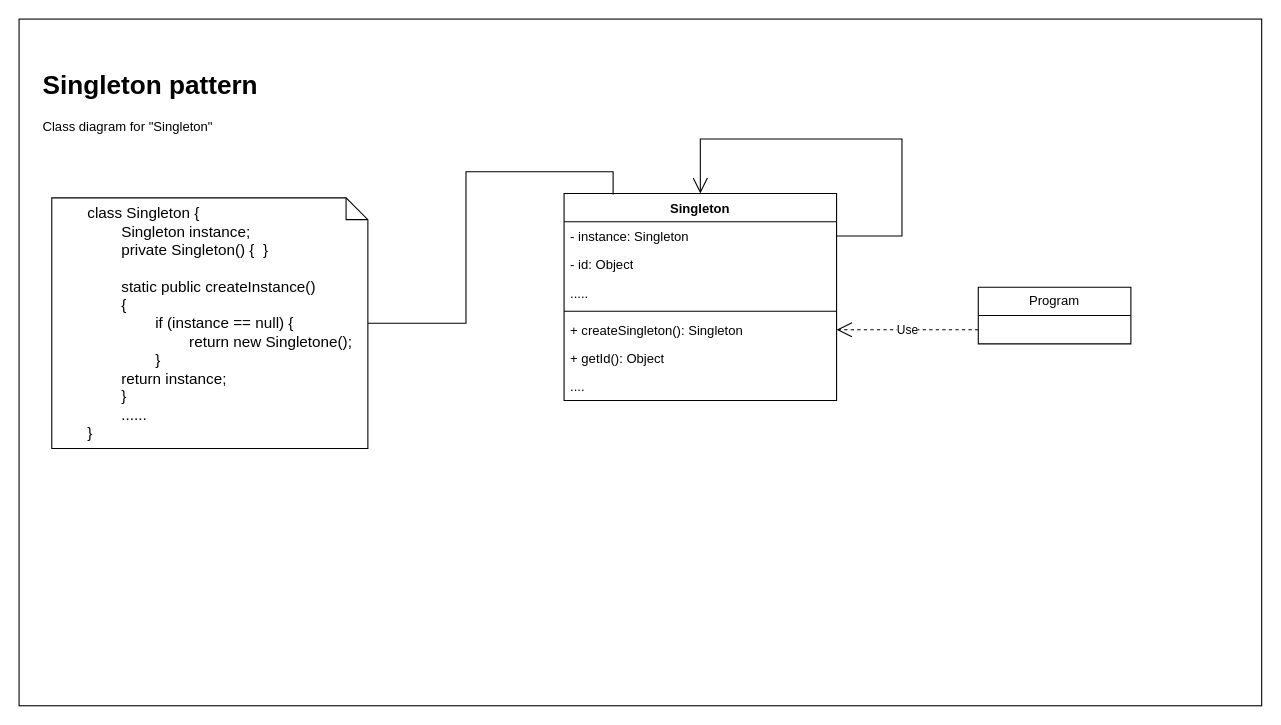
Above: Homework02/schemes/Singleton_diagram.drawio in BeliaevAndrey/GB_Architecture_Homeworks (draw.io), before the change. Source tidied: cells renumbered, new cells numbered last; positions are measured from the earlier drawing's top-left corner, leaving out a move shared by most shapes. Both pictures are drawn from the tidied source at 109%, with x=0, y=0 at pixel (19, 19).
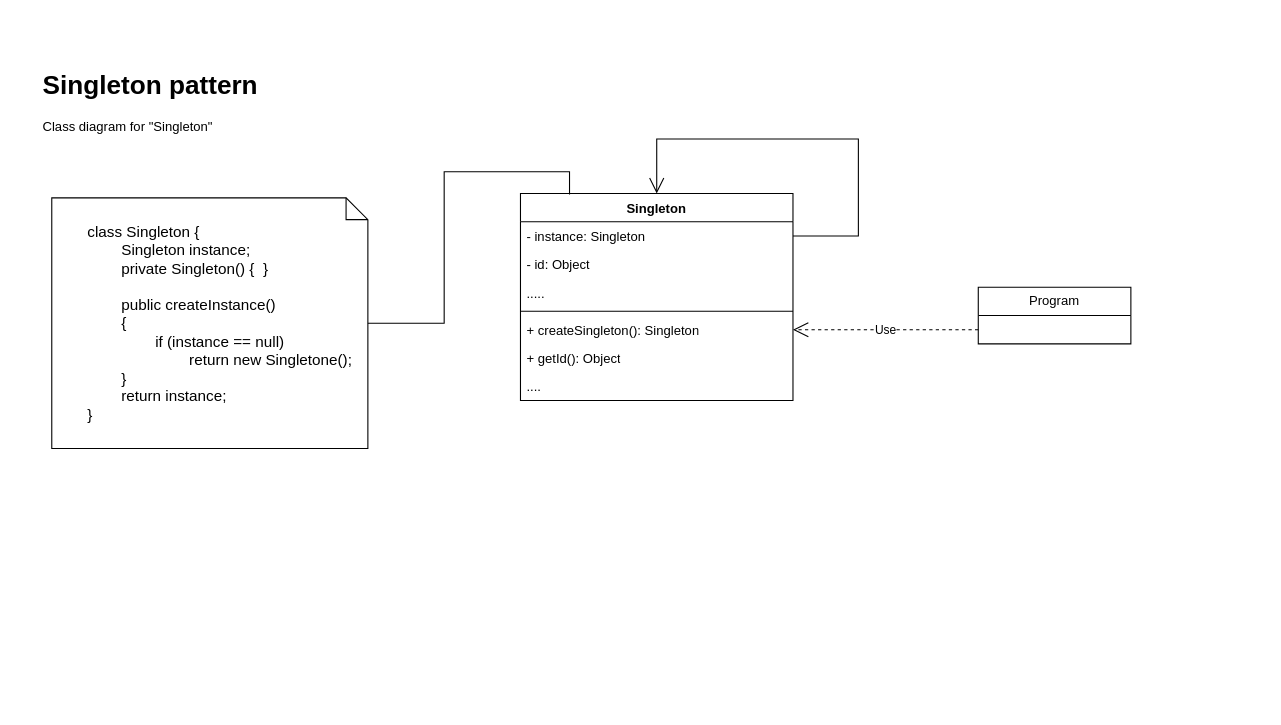
After the change.

What changed in the source:
```diff
@@
 <mxGraphModel>
   <root>
     <mxCell id="0" />
     <mxCell id="1" parent="0" />
-    <mxCell id="2" style="rounded=0;whiteSpace=wrap;html=1;" parent="1" vertex="1">
-      <mxGeometry width="1140" height="630" as="geometry" />
-    </mxCell>
     <mxCell id="3" value="&lt;h1 style=&quot;margin-top: 0px;&quot;&gt;Singleton pattern&lt;/h1&gt;&lt;div&gt;Class diagram for&amp;nbsp;&lt;span style=&quot;background-color: initial;&quot;&gt;&quot;Singleton&quot;&lt;/span&gt;&lt;/div&gt;" style="text;html=1;whiteSpace=wrap;overflow=hidden;rounded=0;" parent="1" vertex="1">
       <mxGeometry x="20" y="40" width="240" height="70" as="geometry" />
     </mxCell>
     <mxCell id="4" value="Singleton" style="swimlane;fontStyle=1;align=center;verticalAlign=top;horizontal=1;startSize=26;whiteSpace=wrap;html=1;" parent="1" vertex="1">
-      <mxGeometry x="500" y="160" width="250" height="190" as="geometry" />
+      <mxGeometry x="460" y="160" width="250" height="190" as="geometry" />
     </mxCell>
     <mxCell id="5" value="- instance: Singleton" style="text;strokeColor=none;fillColor=none;align=left;verticalAlign=top;spacingLeft=4;spacingRight=4;overflow=hidden;points=[[0,0.5],[1,0.5]];portConstraint=eastwest;whiteSpace=wrap;html=1;" parent="4" vertex="1">
       <mxGeometry y="26" width="250" height="26" as="geometry" />
     </mxCell>
     <mxCell id="6" value="- id: Object" style="text;strokeColor=none;fillColor=none;align=left;verticalAlign=top;spacingLeft=4;spacingRight=4;overflow=hidden;whiteSpace=wrap;html=1;" parent="4" vertex="1">
       <mxGeometry y="52" width="250" height="26" as="geometry" />
     </mxCell>
     <mxCell id="7" value="....." style="text;strokeColor=none;fillColor=none;align=left;verticalAlign=top;spacingLeft=4;spacingRight=4;overflow=hidden;whiteSpace=wrap;html=1;" parent="4" vertex="1">
       <mxGeometry y="78" width="250" height="26" as="geometry" />
     </mxCell>
     <mxCell id="8" style="line;strokeWidth=1;fillColor=none;align=left;verticalAlign=middle;spacingTop=-1;spacingLeft=3;spacingRight=3;labelPosition=right;strokeColor=inherit;" parent="4" vertex="1">
       <mxGeometry y="104" width="250" height="8" as="geometry" />
     </mxCell>
     <mxCell id="9" value="+ createSingleton(): Singleton" style="text;strokeColor=none;fillColor=none;align=left;verticalAlign=top;spacingLeft=4;spacingRight=4;overflow=hidden;points=[[0,0.5],[1,0.5]];portConstraint=eastwest;whiteSpace=wrap;html=1;" parent="4" vertex="1">
       <mxGeometry y="112" width="250" height="26" as="geometry" />
     </mxCell>
     <mxCell id="10" value="+ getId(): Object" style="text;strokeColor=none;fillColor=none;align=left;verticalAlign=top;spacingLeft=4;spacingRight=4;overflow=hidden;whiteSpace=wrap;html=1;" parent="4" vertex="1">
       <mxGeometry y="138" width="250" height="26" as="geometry" />
     </mxCell>
     <mxCell id="11" style="endArrow=open;endFill=1;endSize=12;html=1;rounded=0;exitX=1;exitY=0.5;exitDx=0;exitDy=0;entryX=0.5;entryY=0;entryDx=0;entryDy=0;" parent="4" edge="1" source="5" target="4">
       <mxGeometry relative="1" as="geometry">
         <Array as="points">
           <mxPoint x="310" y="39" />
           <mxPoint x="310" y="-50" />
           <mxPoint x="125" y="-50" />
         </Array>
       </mxGeometry>
     </mxCell>
     <mxCell id="12" value="...." style="text;strokeColor=none;fillColor=none;align=left;verticalAlign=top;spacingLeft=4;spacingRight=4;overflow=hidden;whiteSpace=wrap;html=1;" parent="4" vertex="1">
       <mxGeometry y="164" width="250" height="26" as="geometry" />
     </mxCell>
     <mxCell id="13" value="Program" style="swimlane;fontStyle=0;horizontal=1;startSize=26;fillColor=none;whiteSpace=wrap;html=1;" parent="1" vertex="1">
       <mxGeometry x="880" y="246" width="140" height="52" as="geometry" />
     </mxCell>
     <mxCell id="14" value="Use" style="endArrow=open;endSize=12;dashed=1;html=1;rounded=0;exitX=0;exitY=0.75;exitDx=0;exitDy=0;entryX=1;entryY=0.5;entryDx=0;entryDy=0;" parent="1" edge="1" source="13" target="9">
       <mxGeometry relative="1" as="geometry" />
     </mxCell>
-    <mxCell id="15" value="&lt;font style=&quot;font-size: 14px;&quot;&gt;&lt;span style=&quot;white-space: pre;&quot;&gt;&#9;&lt;/span&gt;class Singleton {&lt;/font&gt;&lt;div&gt;&lt;span style=&quot;font-size: 14px;&quot;&gt;&lt;span style=&quot;white-space: pre;&quot;&gt;&#9;&lt;/span&gt;&lt;span style=&quot;white-space: pre;&quot;&gt;&#9;&lt;/span&gt;Singleton instance;&lt;/span&gt;&lt;/div&gt;&lt;div&gt;&lt;span style=&quot;font-size: 14px;&quot;&gt;&lt;span style=&quot;white-space: pre;&quot;&gt;&#9;&lt;/span&gt;&lt;span style=&quot;white-space: pre;&quot;&gt;&#9;&lt;/span&gt;private Singleton() {&amp;nbsp; }&lt;/span&gt;&lt;/div&gt;&lt;div&gt;&lt;span style=&quot;font-size: 14px;&quot;&gt;&lt;span style=&quot;white-space: pre;&quot;&gt;&#9;&lt;/span&gt;&lt;span style=&quot;white-space: pre;&quot;&gt;&#9;&lt;/span&gt;&lt;br&gt;&lt;/span&gt;&lt;/div&gt;&lt;div&gt;&lt;div style=&quot;font-size: 14px;&quot;&gt;&lt;span style=&quot;white-space: pre;&quot;&gt;&#9;&lt;/span&gt;&lt;span style=&quot;white-space: pre;&quot;&gt;&#9;&lt;/span&gt;static public createInstance()&lt;br&gt;&lt;/div&gt;&lt;div style=&quot;font-size: 14px;&quot;&gt;&lt;span style=&quot;white-space: pre;&quot;&gt;&#9;&lt;/span&gt;&lt;span style=&quot;white-space: pre;&quot;&gt;&#9;&lt;/span&gt;{&lt;/div&gt;&lt;div style=&quot;font-size: 14px;&quot;&gt;&lt;span style=&quot;white-space: pre;&quot;&gt;&#9;&lt;/span&gt;&lt;span style=&quot;white-space: pre;&quot;&gt;&#9;&lt;/span&gt;&lt;span style=&quot;white-space: pre;&quot;&gt;&#9;&lt;/span&gt;if (instance == null) {&amp;nbsp;&lt;/div&gt;&lt;div style=&quot;font-size: 14px;&quot;&gt;&lt;span style=&quot;white-space: pre;&quot;&gt;&#9;&lt;/span&gt;&lt;span style=&quot;white-space: pre;&quot;&gt;&#9;&lt;/span&gt;&lt;span style=&quot;white-space: pre;&quot;&gt;&#9;&lt;/span&gt;&lt;span style=&quot;white-space: pre;&quot;&gt;&#9;&lt;/span&gt;return new Singletone();&lt;br&gt;&lt;/div&gt;&lt;div style=&quot;font-size: 14px;&quot;&gt;&lt;span style=&quot;white-space: pre;&quot;&gt;&#9;&lt;/span&gt;&lt;span style=&quot;white-space: pre;&quot;&gt;&#9;&lt;/span&gt;&lt;span style=&quot;white-space: pre;&quot;&gt;&#9;&lt;/span&gt;}&lt;/div&gt;&lt;div style=&quot;font-size: 14px;&quot;&gt;&lt;span style=&quot;white-space: pre;&quot;&gt;&#9;&lt;/span&gt;&lt;span style=&quot;white-space: pre;&quot;&gt;&#9;&lt;/span&gt;return instance;&lt;br&gt;&lt;/div&gt;&lt;div style=&quot;font-size: 14px;&quot;&gt;&lt;span style=&quot;white-space: pre;&quot;&gt;&#9;&lt;/span&gt;&lt;span style=&quot;white-space: pre;&quot;&gt;&#9;&lt;/span&gt;}&lt;br&gt;&lt;/div&gt;&lt;div style=&quot;font-size: 14px;&quot;&gt;&lt;span style=&quot;white-space: pre;&quot;&gt;&#9;&lt;/span&gt;&lt;span style=&quot;white-space: pre;&quot;&gt;&#9;&lt;/span&gt;......&lt;br&gt;&lt;/div&gt;&lt;div style=&quot;font-size: 14px;&quot;&gt;&lt;font style=&quot;font-size: 14px;&quot;&gt;&lt;span style=&quot;white-space: pre;&quot;&gt;&#9;&lt;/span&gt;}&lt;/font&gt;&lt;/div&gt;&lt;/div&gt;" style="shape=note;size=20;whiteSpace=wrap;html=1;align=left;" parent="1" vertex="1">
+    <mxCell id="15" value="&lt;font style=&quot;font-size: 14px;&quot;&gt;&lt;span style=&quot;white-space: pre;&quot;&gt;&#9;&lt;/span&gt;class Singleton {&lt;/font&gt;&lt;div&gt;&lt;span style=&quot;font-size: 14px;&quot;&gt;&lt;span style=&quot;white-space: pre;&quot;&gt;&#9;&lt;/span&gt;&lt;span style=&quot;white-space: pre;&quot;&gt;&#9;&lt;/span&gt;Singleton instance;&lt;/span&gt;&lt;/div&gt;&lt;div&gt;&lt;span style=&quot;font-size: 14px;&quot;&gt;&lt;span style=&quot;white-space: pre;&quot;&gt;&#9;&lt;/span&gt;&lt;span style=&quot;white-space: pre;&quot;&gt;&#9;&lt;/span&gt;private Singleton() {&amp;nbsp; }&lt;/span&gt;&lt;/div&gt;&lt;div&gt;&lt;span style=&quot;font-size: 14px;&quot;&gt;&lt;span style=&quot;white-space: pre;&quot;&gt;&#9;&lt;/span&gt;&lt;span style=&quot;white-space: pre;&quot;&gt;&#9;&lt;/span&gt;&lt;br&gt;&lt;/span&gt;&lt;/div&gt;&lt;div&gt;&lt;div style=&quot;font-size: 14px;&quot;&gt;&lt;span style=&quot;white-space: pre;&quot;&gt;&#9;&lt;/span&gt;&lt;span style=&quot;white-space: pre;&quot;&gt;&#9;&lt;/span&gt;public createInstance()&lt;br&gt;&lt;/div&gt;&lt;div style=&quot;font-size: 14px;&quot;&gt;&lt;span style=&quot;white-space: pre;&quot;&gt;&#9;&lt;/span&gt;&lt;span style=&quot;white-space: pre;&quot;&gt;&#9;&lt;/span&gt;{&lt;/div&gt;&lt;div style=&quot;font-size: 14px;&quot;&gt;&lt;span style=&quot;white-space: pre;&quot;&gt;&#9;&lt;/span&gt;&lt;span style=&quot;white-space: pre;&quot;&gt;&#9;&lt;/span&gt;&lt;span style=&quot;white-space: pre;&quot;&gt;&#9;&lt;/span&gt;if (instance == null)&amp;nbsp;&lt;/div&gt;&lt;div style=&quot;font-size: 14px;&quot;&gt;&lt;span style=&quot;white-space: pre;&quot;&gt;&#9;&lt;/span&gt;&lt;span style=&quot;white-space: pre;&quot;&gt;&#9;&lt;/span&gt;&lt;span style=&quot;white-space: pre;&quot;&gt;&#9;&lt;/span&gt;&lt;span style=&quot;white-space: pre;&quot;&gt;&#9;&lt;/span&gt;return new Singletone();&lt;br&gt;&lt;/div&gt;&lt;div style=&quot;font-size: 14px;&quot;&gt;&lt;span style=&quot;white-space: pre;&quot;&gt;&#9;&lt;/span&gt;&lt;span style=&quot;white-space: pre;&quot;&gt;&#9;&lt;/span&gt;}&lt;/div&gt;&lt;div style=&quot;font-size: 14px;&quot;&gt;&lt;span style=&quot;white-space: pre;&quot;&gt;&#9;&lt;/span&gt;&lt;span style=&quot;white-space: pre;&quot;&gt;&#9;&lt;/span&gt;return instance;&lt;br&gt;&lt;/div&gt;&lt;div style=&quot;font-size: 14px;&quot;&gt;&lt;font style=&quot;font-size: 14px;&quot;&gt;&lt;span style=&quot;white-space: pre;&quot;&gt;&#9;&lt;/span&gt;}&lt;/font&gt;&lt;/div&gt;&lt;/div&gt;" style="shape=note;size=20;whiteSpace=wrap;html=1;align=left;" parent="1" vertex="1">
       <mxGeometry x="30" y="164" width="290" height="230" as="geometry" />
     </mxCell>
     <mxCell id="16" style="edgeStyle=orthogonalEdgeStyle;rounded=0;jettySize=auto;html=1;entryX=0.18;entryY=0.005;entryDx=0;entryDy=0;entryPerimeter=0;endArrow=none;endFill=0;" parent="1" edge="1" source="15" target="4">
       <mxGeometry relative="1" as="geometry" />
     </mxCell>
   </root>
 </mxGraphModel>
```
